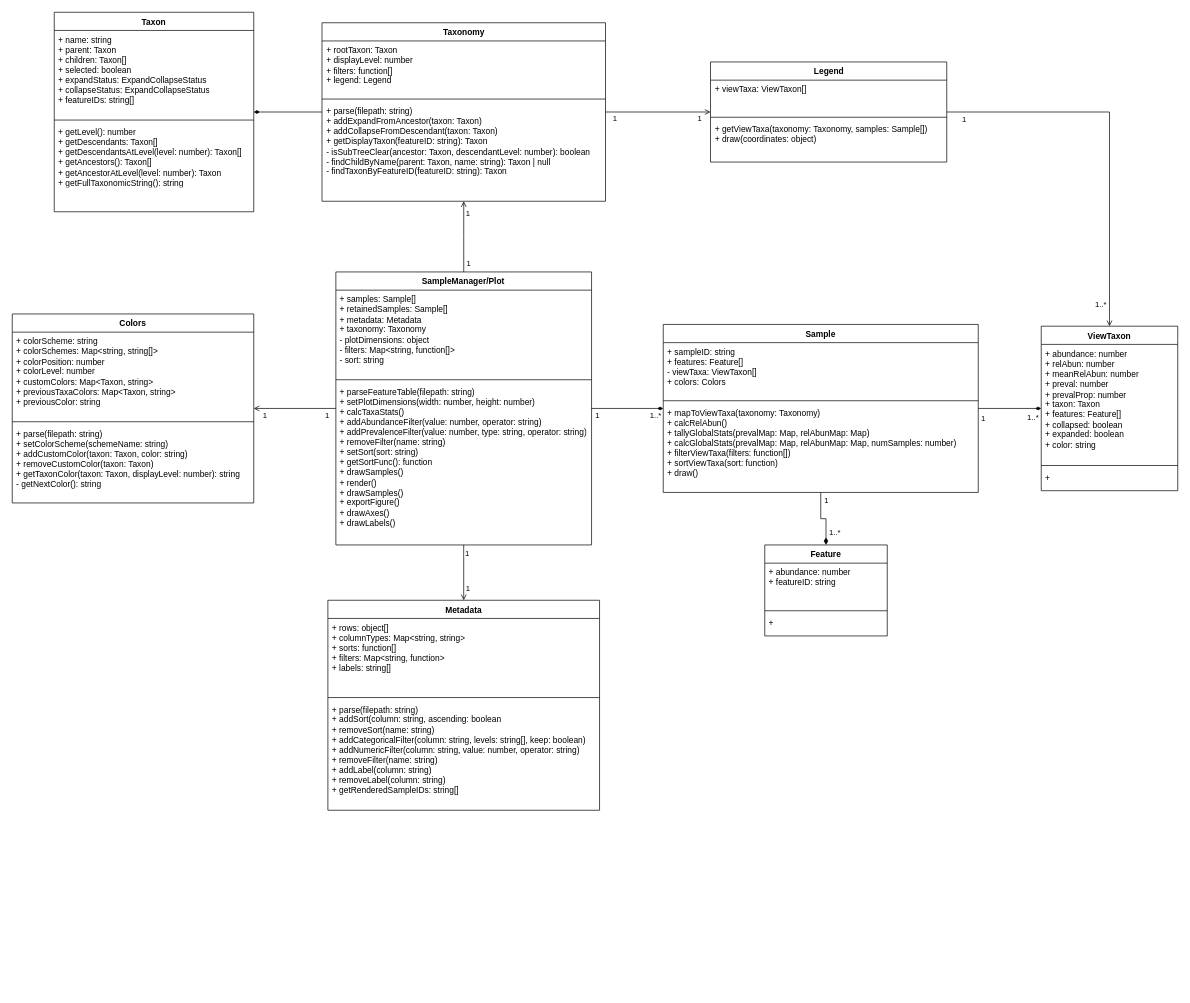
Before: docs/TaxaBarplotClasses.drawio in colinvwood/taxa-barplot, a draw.io diagram. Source tidied: cells renumbered, new cells numbered last; positions are measured from the earlier drawing's top-left corner, leaving out a move shared by most shapes. Both pictures are drawn from the tidied source at 70%, with x=0, y=0 at pixel (12, 12).
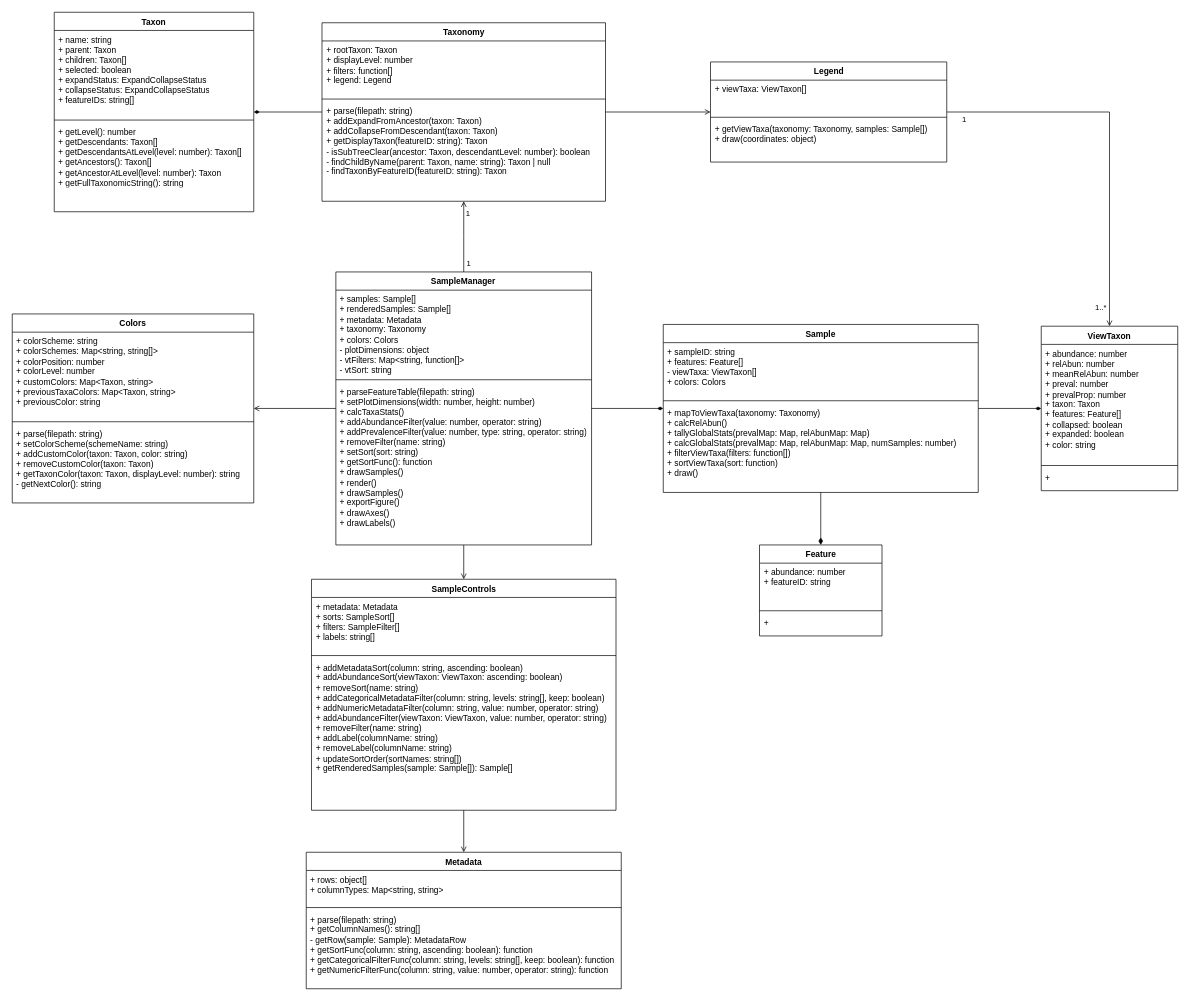
After the change.

Commit message:
SampleControls and Metadata changes

Unchanged cells that the change refers to:
```xml
<mxCell id="2" style="edgeStyle=orthogonalEdgeStyle;rounded=0;jettySize=auto;html=1;endArrow=open;endFill=0;" parent="1" edge="1" source="6" target="51">
  <mxGeometry relative="1" as="geometry" />
</mxCell>
<mxCell id="10" style="edgeStyle=orthogonalEdgeStyle;rounded=0;jettySize=auto;html=1;endArrow=diamondThin;endFill=1;startFill=0;startArrow=none;" parent="1" edge="1" source="22" target="32">
  <mxGeometry relative="1" as="geometry" />
</mxCell>
<mxCell id="19" style="edgeStyle=orthogonalEdgeStyle;rounded=0;jettySize=auto;html=1;endArrow=open;endFill=0;" parent="1" edge="1" source="22" target="55">
  <mxGeometry relative="1" as="geometry" />
</mxCell>
<mxCell id="26" style="edgeStyle=orthogonalEdgeStyle;rounded=0;jettySize=auto;html=1;endArrow=diamondThin;endFill=1;endSize=8;" parent="1" edge="1" source="32" target="36">
  <mxGeometry relative="1" as="geometry" />
</mxCell>
<mxCell id="29" style="edgeStyle=orthogonalEdgeStyle;rounded=0;jettySize=auto;html=1;endArrow=diamondThin;endFill=1;" parent="1" edge="1" source="32" target="40">
  <mxGeometry relative="1" as="geometry" />
</mxCell>
<mxCell id="48" style="edgeStyle=orthogonalEdgeStyle;rounded=0;jettySize=auto;html=1;endArrow=open;endFill=0;" parent="1" edge="1" source="51" target="40">
  <mxGeometry relative="1" as="geometry" />
</mxCell>
```

Change to the diagram source:
```diff
@@
-    <mxCell id="3" value="1" style="edgeLabel;html=1;align=center;verticalAlign=middle;" parent="2" vertex="1">
-      <mxGeometry x="-0.83" relative="1" as="geometry">
-        <mxPoint y="9" as="offset" />
-      </mxGeometry>
-    </mxCell>
-    <mxCell id="4" value="1" style="edgeLabel;html=1;align=center;verticalAlign=middle;" parent="2" vertex="1">
-      <mxGeometry x="0.79" y="1" relative="1" as="geometry">
-        <mxPoint y="10" as="offset" />
-      </mxGeometry>
-    </mxCell>
@@
-    <mxCell id="11" value="1..*" style="edgeLabel;html=1;align=center;verticalAlign=middle;labelBorderColor=none;" parent="10" vertex="1">
-      <mxGeometry x="0.55" relative="1" as="geometry">
-        <mxPoint x="12" y="9" as="offset" />
-      </mxGeometry>
-    </mxCell>
-    <mxCell id="12" value="1" style="edgeLabel;html=1;align=center;verticalAlign=middle;labelBorderColor=none;" parent="10" vertex="1">
-      <mxGeometry x="-0.71" y="1" relative="1" as="geometry">
-        <mxPoint x="-7" y="10" as="offset" />
-      </mxGeometry>
-    </mxCell>
@@
-    <mxCell id="16" style="edgeStyle=orthogonalEdgeStyle;rounded=0;jettySize=auto;html=1;endArrow=open;endFill=0;" parent="1" edge="1" source="22" target="44">
-      <mxGeometry relative="1" as="geometry" />
-    </mxCell>
-    <mxCell id="17" value="1" style="edgeLabel;html=1;align=center;verticalAlign=middle;" parent="16" vertex="1">
-      <mxGeometry x="-0.81" y="-1" relative="1" as="geometry">
-        <mxPoint x="6" y="3" as="offset" />
-      </mxGeometry>
-    </mxCell>
-    <mxCell id="18" value="1" style="edgeLabel;html=1;align=center;verticalAlign=middle;" parent="16" vertex="1">
-      <mxGeometry x="0.71" relative="1" as="geometry">
-        <mxPoint x="6" y="-7" as="offset" />
-      </mxGeometry>
-    </mxCell>
@@
-    <mxCell id="20" value="1" style="edgeLabel;html=1;align=center;verticalAlign=middle;" parent="19" vertex="1">
-      <mxGeometry x="0.89" y="-2" relative="1" as="geometry">
-        <mxPoint x="9" y="11" as="offset" />
-      </mxGeometry>
-    </mxCell>
-    <mxCell id="21" value="1" style="edgeLabel;html=1;align=center;verticalAlign=middle;" parent="19" vertex="1">
-      <mxGeometry x="-0.82" relative="1" as="geometry">
-        <mxPoint x="-2" y="9" as="offset" />
-      </mxGeometry>
-    </mxCell>
+    <mxCell id="63" style="edgeStyle=orthogonalEdgeStyle;rounded=0;jettySize=auto;html=1;endArrow=open;endFill=0;" parent="1" edge="1" source="22" target="65">
+      <mxGeometry relative="1" as="geometry" />
+    </mxCell>
-    <mxCell id="22" value="SampleManager/Plot" style="swimlane;fontStyle=1;align=center;verticalAlign=top;horizontal=1;startSize=26;whiteSpace=wrap;html=1;" parent="1" vertex="1">
+    <mxCell id="22" value="SampleManager" style="swimlane;fontStyle=1;align=center;verticalAlign=top;horizontal=1;startSize=26;whiteSpace=wrap;html=1;" parent="1" vertex="1">
       <mxGeometry x="462.3" y="371" width="365.3" height="390" as="geometry" />
     </mxCell>
-    <mxCell id="23" value="&lt;div&gt;+ samples: Sample[]&lt;/div&gt;&lt;div&gt;+ retainedSamples: Sample[]&lt;/div&gt;&lt;div&gt;+ metadata: Metadata&lt;/div&gt;&lt;div&gt;+ taxonomy: Taxonomy&lt;/div&gt;&lt;div&gt;- plotDimensions: object&lt;/div&gt;- filters: Map&amp;lt;string, function[]&amp;gt;&lt;div&gt;- sort: string&lt;br&gt;&lt;div&gt;&lt;br&gt;&lt;/div&gt;&lt;/div&gt;" style="text;strokeColor=none;fillColor=none;align=left;verticalAlign=top;spacingLeft=4;spacingRight=4;overflow=hidden;whiteSpace=wrap;html=1;" parent="22" vertex="1">
+    <mxCell id="23" value="&lt;div&gt;+ samples: Sample[]&lt;/div&gt;&lt;div&gt;+ renderedSamples: Sample[]&lt;/div&gt;&lt;div&gt;+ metadata: Metadata&lt;/div&gt;&lt;div&gt;+ taxonomy: Taxonomy&lt;/div&gt;&lt;div&gt;+ colors: Colors&lt;/div&gt;&lt;div&gt;- plotDimensions: object&lt;/div&gt;- vtFilters: Map&amp;lt;string, function[]&amp;gt;&lt;div&gt;- vtSort: string&lt;br&gt;&lt;div&gt;&lt;br&gt;&lt;/div&gt;&lt;/div&gt;" style="text;strokeColor=none;fillColor=none;align=left;verticalAlign=top;spacingLeft=4;spacingRight=4;overflow=hidden;whiteSpace=wrap;html=1;" parent="22" vertex="1">
       <mxGeometry y="26" width="365.3" height="124" as="geometry" />
     </mxCell>
@@
-    <mxCell id="27" value="1..*" style="edgeLabel;html=1;align=center;verticalAlign=middle;labelBorderColor=none;textShadow=0;" parent="26" vertex="1">
-      <mxGeometry x="0.8" y="-1" relative="1" as="geometry">
-        <mxPoint x="13" y="-10" as="offset" />
-      </mxGeometry>
-    </mxCell>
-    <mxCell id="28" value="1" style="edgeLabel;html=1;align=center;verticalAlign=middle;" parent="26" vertex="1">
-      <mxGeometry x="-0.79" relative="1" as="geometry">
-        <mxPoint x="7" y="1" as="offset" />
-      </mxGeometry>
-    </mxCell>
@@
-    <mxCell id="30" value="1" style="edgeLabel;html=1;align=center;verticalAlign=middle;" parent="29" vertex="1">
-      <mxGeometry x="-0.75" y="-1" relative="1" as="geometry">
-        <mxPoint x="-5" y="12" as="offset" />
-      </mxGeometry>
-    </mxCell>
-    <mxCell id="31" value="1..*" style="edgeLabel;html=1;align=center;verticalAlign=middle;" parent="29" vertex="1">
-      <mxGeometry x="0.7" y="-1" relative="1" as="geometry">
-        <mxPoint y="11" as="offset" />
-      </mxGeometry>
-    </mxCell>
@@
     <mxCell id="36" value="Feature" style="swimlane;fontStyle=1;align=center;verticalAlign=top;horizontal=1;startSize=26;whiteSpace=wrap;html=1;" parent="1" vertex="1">
-      <mxGeometry x="1075" y="761" width="175" height="130" as="geometry" />
+      <mxGeometry x="1067.5" y="761" width="175" height="130" as="geometry" />
     </mxCell>
@@
     <mxCell id="44" value="Metadata" style="swimlane;fontStyle=1;align=center;verticalAlign=top;horizontal=1;startSize=26;whiteSpace=wrap;html=1;" parent="1" vertex="1">
-      <mxGeometry x="450.9" y="840" width="388.1" height="300" as="geometry" />
+      <mxGeometry x="420" y="1200" width="450" height="195" as="geometry" />
     </mxCell>
-    <mxCell id="45" value="+ rows: object[]&lt;div&gt;+ columnTypes: Map&amp;lt;string, string&amp;gt;&lt;br&gt;&lt;div&gt;+ sorts: function[]&lt;/div&gt;&lt;div&gt;+ filters: Map&amp;lt;string, function&amp;gt;&lt;/div&gt;&lt;div&gt;+ labels: string[]&lt;/div&gt;&lt;/div&gt;" style="text;strokeColor=none;fillColor=none;align=left;verticalAlign=top;spacingLeft=4;spacingRight=4;overflow=hidden;whiteSpace=wrap;html=1;" parent="44" vertex="1">
-      <mxGeometry y="26" width="388.1" height="109" as="geometry" />
+    <mxCell id="45" value="+ rows: object[]&lt;div&gt;+ columnTypes: Map&amp;lt;string, string&amp;gt;&lt;/div&gt;" style="text;strokeColor=none;fillColor=none;align=left;verticalAlign=top;spacingLeft=4;spacingRight=4;overflow=hidden;whiteSpace=wrap;html=1;" parent="44" vertex="1">
+      <mxGeometry y="26" width="450" height="49" as="geometry" />
     </mxCell>
     <mxCell id="46" style="line;strokeWidth=1;fillColor=none;align=left;verticalAlign=middle;spacingTop=-1;spacingLeft=3;spacingRight=3;labelPosition=right;strokeColor=inherit;" parent="44" vertex="1">
-      <mxGeometry y="135" width="388.1" height="8" as="geometry" />
+      <mxGeometry y="75" width="450" height="8" as="geometry" />
     </mxCell>
-    <mxCell id="47" value="&lt;div&gt;+ parse(filepath: string)&lt;/div&gt;&lt;div&gt;+ addSort(column: string, ascending: boolean&lt;/div&gt;&lt;div&gt;+ removeSort(name: string)&lt;/div&gt;&lt;div&gt;+ addCategoricalFilter(column: string, levels: string[], keep: boolean)&lt;/div&gt;&lt;div&gt;+ addNumericFilter(column: string, value: number, operator: string)&lt;/div&gt;&lt;div&gt;+ removeFilter(name: string)&lt;/div&gt;&lt;div&gt;+ addLabel(column: string)&lt;/div&gt;&lt;div&gt;+ removeLabel(column: string)&lt;/div&gt;+ getRenderedSampleIDs: string[]" style="text;strokeColor=none;fillColor=none;align=left;verticalAlign=top;spacingLeft=4;spacingRight=4;overflow=hidden;whiteSpace=wrap;html=1;" parent="44" vertex="1">
-      <mxGeometry y="143" width="388.1" height="157" as="geometry" />
+    <mxCell id="47" value="&lt;div&gt;+ parse(filepath: string)&lt;/div&gt;&lt;div&gt;+ getColumnNames(): string[]&lt;/div&gt;&lt;div&gt;- getRow(sample: Sample): MetadataRow&lt;/div&gt;&lt;div&gt;+ getSortFunc(column: string, ascending: boolean): function&lt;/div&gt;&lt;div&gt;+ getCategoricalFilterFunc(column: string, levels: string[], keep: boolean): function&lt;/div&gt;&lt;div&gt;+ getNumericFilterFunc(column: string, value: number, operator: string): function&lt;/div&gt;&lt;div&gt;&lt;br&gt;&lt;/div&gt;" style="text;strokeColor=none;fillColor=none;align=left;verticalAlign=top;spacingLeft=4;spacingRight=4;overflow=hidden;whiteSpace=wrap;html=1;" parent="44" vertex="1">
+      <mxGeometry y="83" width="450" height="112" as="geometry" />
     </mxCell>
@@
     <mxCell id="50" value="1..*" style="edgeLabel;html=1;align=center;verticalAlign=middle;" parent="48" vertex="1">
       <mxGeometry x="0.88" relative="1" as="geometry">
-        <mxPoint x="-13" as="offset" />
+        <mxPoint x="-13" y="5" as="offset" />
       </mxGeometry>
     </mxCell>
@@
+    <mxCell id="64" style="edgeStyle=orthogonalEdgeStyle;rounded=0;jettySize=auto;html=1;endArrow=open;endFill=0;" parent="1" edge="1" source="65" target="44">
+      <mxGeometry relative="1" as="geometry" />
+    </mxCell>
+    <mxCell id="65" value="SampleControls" style="swimlane;fontStyle=1;align=center;verticalAlign=top;horizontal=1;startSize=26;whiteSpace=wrap;html=1;" parent="1" vertex="1">
+      <mxGeometry x="427.5" y="810" width="435" height="330" as="geometry" />
+    </mxCell>
+    <mxCell id="66" value="+ metadata: Metadata&lt;div&gt;+ sorts: SampleSort[]&lt;/div&gt;&lt;div&gt;+ filters: SampleFilter[]&lt;/div&gt;&lt;div&gt;&lt;span style=&quot;background-color: transparent; color: light-dark(rgb(0, 0, 0), rgb(255, 255, 255));&quot;&gt;+ labels: string[]&lt;/span&gt;&lt;/div&gt;" style="text;strokeColor=none;fillColor=none;align=left;verticalAlign=top;spacingLeft=4;spacingRight=4;overflow=hidden;whiteSpace=wrap;html=1;" parent="65" vertex="1">
+      <mxGeometry y="26" width="435" height="79" as="geometry" />
+    </mxCell>
+    <mxCell id="67" style="line;strokeWidth=1;fillColor=none;align=left;verticalAlign=middle;spacingTop=-1;spacingLeft=3;spacingRight=3;labelPosition=right;strokeColor=inherit;" parent="65" vertex="1">
+      <mxGeometry y="105" width="435" height="8" as="geometry" />
+    </mxCell>
+    <mxCell id="68" value="&lt;div&gt;+ addMetadataSort(column: string, ascending: boolean)&lt;/div&gt;&lt;div&gt;+ addAbundanceSort(viewTaxon: ViewTaxon: ascending: boolean)&lt;/div&gt;&lt;div&gt;+ removeSort(name: string)&lt;/div&gt;&lt;div&gt;+ addCategoricalMetadataFilter(column: string, levels: string[], keep: boolean)&lt;/div&gt;&lt;div&gt;+ addNumericMetadataFilter(column: string, value: number, operator: string)&lt;/div&gt;&lt;div&gt;+ addAbundanceFilter(viewTaxon: ViewTaxon, value: number, operator: string)&lt;/div&gt;&lt;div&gt;+ removeFilter(name: string)&lt;/div&gt;&lt;div&gt;+ addLabel(columnName: string)&lt;/div&gt;&lt;div&gt;+ removeLabel(columnName: string)&lt;/div&gt;&lt;div&gt;+ updateSortOrder(sortNames: string[])&lt;/div&gt;+ getRenderedSamples(sample: Sample[]): Sample[]" style="text;strokeColor=none;fillColor=none;align=left;verticalAlign=top;spacingLeft=4;spacingRight=4;overflow=hidden;whiteSpace=wrap;html=1;" parent="65" vertex="1">
+      <mxGeometry y="113" width="435" height="217" as="geometry" />
+    </mxCell>
```
